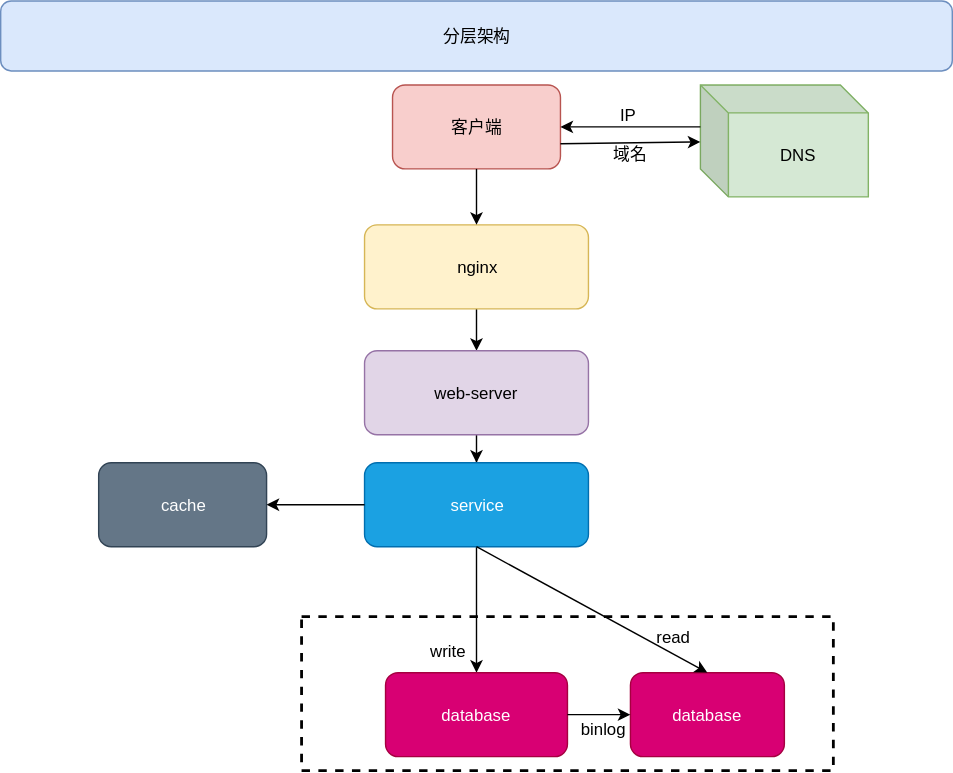
cd-home/Root keeps this draw.io diagram as 19-基础设施/00-网关/00-Nginx/images/分层架构.svg. Above is the earlier version. Source tidied: cells renumbered, new cells last; positions are measured from the earlier drawing's top-left corner, leaving out a move shared by most shapes. The source it was exported from:
```xml
<mxGraphModel>
  <root>
    <mxCell id="0" />
    <mxCell id="1" parent="0" />
    <mxCell id="2" style="rounded=0;whiteSpace=wrap;html=1;dashed=1;strokeWidth=2;" parent="1" vertex="1">
      <mxGeometry x="215" y="440" width="380" height="110" as="geometry" />
    </mxCell>
    <mxCell id="3" value="分层架构" style="rounded=1;whiteSpace=wrap;html=1;fillColor=#dae8fc;strokeColor=#6c8ebf;" parent="1" vertex="1">
      <mxGeometry width="680" height="50" as="geometry" />
    </mxCell>
    <mxCell id="4" style="edgeStyle=orthogonalEdgeStyle;rounded=0;jettySize=auto;html=1;" parent="1" edge="1" source="5" target="7">
      <mxGeometry relative="1" as="geometry" />
    </mxCell>
    <mxCell id="5" value="nginx" style="rounded=1;whiteSpace=wrap;html=1;fillColor=#fff2cc;strokeColor=#d6b656;" parent="1" vertex="1">
      <mxGeometry x="260" y="160" width="160" height="60" as="geometry" />
    </mxCell>
    <mxCell id="6" style="edgeStyle=orthogonalEdgeStyle;rounded=0;jettySize=auto;html=1;" parent="1" edge="1" source="7" target="9">
      <mxGeometry relative="1" as="geometry" />
    </mxCell>
    <mxCell id="7" value="web-server" style="rounded=1;whiteSpace=wrap;html=1;fillColor=#e1d5e7;strokeColor=#9673a6;" parent="1" vertex="1">
      <mxGeometry x="260" y="250" width="160" height="60" as="geometry" />
    </mxCell>
    <mxCell id="8" style="edgeStyle=orthogonalEdgeStyle;rounded=0;jettySize=auto;html=1;" parent="1" edge="1" source="9" target="10">
      <mxGeometry relative="1" as="geometry" />
    </mxCell>
    <mxCell id="9" value="service" style="rounded=1;whiteSpace=wrap;html=1;fillColor=#1ba1e2;strokeColor=#006EAF;fontColor=#ffffff;" parent="1" vertex="1">
      <mxGeometry x="260" y="330" width="160" height="60" as="geometry" />
    </mxCell>
    <mxCell id="10" value="database" style="rounded=1;whiteSpace=wrap;html=1;fillColor=#d80073;strokeColor=#A50040;fontColor=#ffffff;" parent="1" vertex="1">
      <mxGeometry x="275" y="480" width="130" height="60" as="geometry" />
    </mxCell>
    <mxCell id="11" value="客户端" style="rounded=1;whiteSpace=wrap;html=1;fillColor=#f8cecc;strokeColor=#b85450;" parent="1" vertex="1">
      <mxGeometry x="280" y="60" width="120" height="60" as="geometry" />
    </mxCell>
    <mxCell id="12" value="DNS" style="shape=cube;whiteSpace=wrap;html=1;boundedLbl=1;backgroundOutline=1;darkOpacity=0.05;darkOpacity2=0.1;fillColor=#d5e8d4;strokeColor=#82b366;" parent="1" vertex="1">
      <mxGeometry x="500" y="60" width="120" height="80" as="geometry" />
    </mxCell>
    <mxCell id="13" style="endArrow=classic;html=1;exitX=0;exitY=0;exitDx=0;exitDy=30;exitPerimeter=0;entryX=1;entryY=0.5;entryDx=0;entryDy=0;" parent="1" edge="1" source="12" target="11">
      <mxGeometry relative="1" as="geometry" />
    </mxCell>
    <mxCell id="14" style="endArrow=classic;html=1;" parent="1" edge="1" target="12">
      <mxGeometry relative="1" as="geometry">
        <mxPoint x="400" y="102" as="sourcePoint" />
      </mxGeometry>
    </mxCell>
    <mxCell id="15" value="IP" style="text;html=1;align=left;verticalAlign=top;spacingTop=-4;" parent="1" vertex="1">
      <mxGeometry x="441" y="72" width="30" height="20" as="geometry" />
    </mxCell>
    <mxCell id="16" value="域名" style="text;html=1;align=left;verticalAlign=top;spacingTop=-4;" parent="1" vertex="1">
      <mxGeometry x="436" y="100" width="40" height="20" as="geometry" />
    </mxCell>
    <mxCell id="17" style="endArrow=classic;html=1;exitX=0.5;exitY=1;exitDx=0;exitDy=0;entryX=0.5;entryY=0;entryDx=0;entryDy=0;" parent="1" edge="1" source="11" target="5">
      <mxGeometry relative="1" as="geometry" />
    </mxCell>
    <mxCell id="18" value="database" style="rounded=1;whiteSpace=wrap;html=1;fillColor=#d80073;strokeColor=#A50040;fontColor=#ffffff;" parent="1" vertex="1">
      <mxGeometry x="450" y="480" width="110" height="60" as="geometry" />
    </mxCell>
    <mxCell id="19" style="endArrow=classic;html=1;exitX=1;exitY=0.5;exitDx=0;exitDy=0;" parent="1" edge="1" source="10" target="18">
      <mxGeometry relative="1" as="geometry" />
    </mxCell>
    <mxCell id="20" style="endArrow=classic;html=1;exitX=0.5;exitY=1;exitDx=0;exitDy=0;entryX=0.5;entryY=0;entryDx=0;entryDy=0;" parent="1" edge="1" source="9" target="18">
      <mxGeometry relative="1" as="geometry" />
    </mxCell>
    <mxCell id="21" value="write" style="text;html=1;strokeColor=none;fillColor=none;align=center;verticalAlign=middle;whiteSpace=wrap;rounded=0;dashed=1;" parent="1" vertex="1">
      <mxGeometry x="300" y="454" width="40" height="20" as="geometry" />
    </mxCell>
    <mxCell id="22" value="read" style="text;html=1;strokeColor=none;fillColor=none;align=center;verticalAlign=middle;whiteSpace=wrap;rounded=0;dashed=1;" parent="1" vertex="1">
      <mxGeometry x="460" y="444" width="40" height="20" as="geometry" />
    </mxCell>
    <mxCell id="23" value="binlog" style="text;html=1;strokeColor=none;fillColor=none;align=center;verticalAlign=middle;whiteSpace=wrap;rounded=0;dashed=1;" parent="1" vertex="1">
      <mxGeometry x="410" y="510" width="40" height="20" as="geometry" />
    </mxCell>
    <mxCell id="24" value="cache" style="rounded=1;whiteSpace=wrap;html=1;strokeWidth=1;fillColor=#647687;strokeColor=#314354;fontColor=#ffffff;" parent="1" vertex="1">
      <mxGeometry x="70" y="330" width="120" height="60" as="geometry" />
    </mxCell>
    <mxCell id="25" style="endArrow=classic;html=1;exitX=0;exitY=0.5;exitDx=0;exitDy=0;entryX=1;entryY=0.5;entryDx=0;entryDy=0;" parent="1" edge="1" source="9" target="24">
      <mxGeometry relative="1" as="geometry" />
    </mxCell>
  </root>
</mxGraphModel>
```
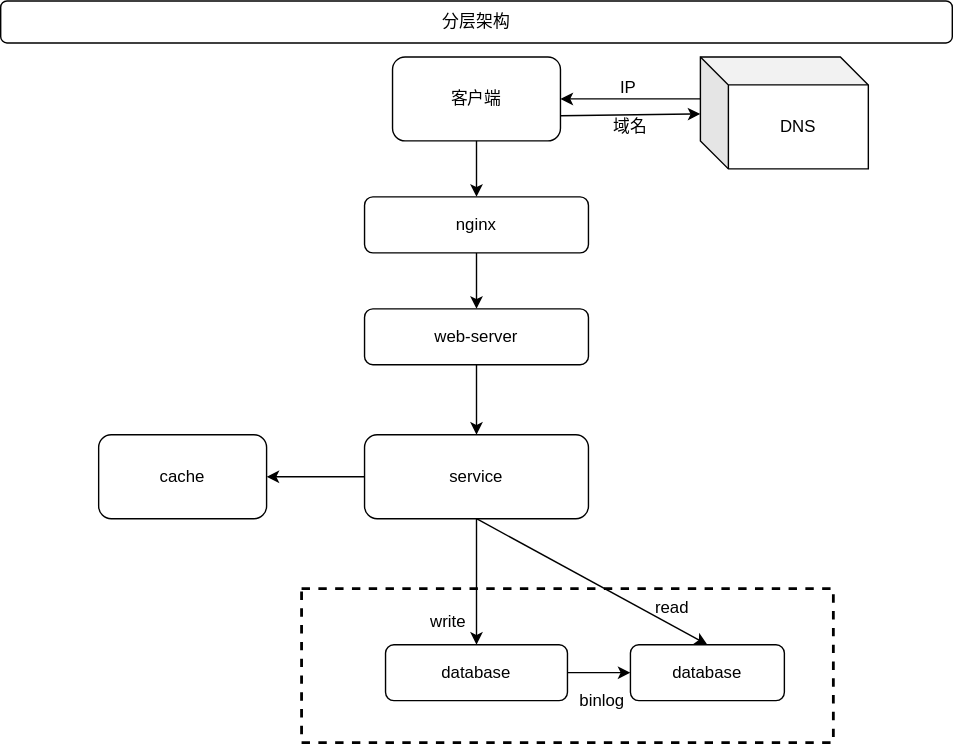
Above is the later version.

Diff of the diagram source:
```diff
@@ -5,34 +5,34 @@
     <mxCell id="2" style="rounded=0;whiteSpace=wrap;html=1;dashed=1;strokeWidth=2;" parent="1" vertex="1">
       <mxGeometry x="215" y="440" width="380" height="110" as="geometry" />
     </mxCell>
-    <mxCell id="3" value="分层架构" style="rounded=1;whiteSpace=wrap;html=1;fillColor=#dae8fc;strokeColor=#6c8ebf;" parent="1" vertex="1">
-      <mxGeometry width="680" height="50" as="geometry" />
+    <mxCell id="3" value="分层架构" style="rounded=1;whiteSpace=wrap;html=1;" parent="1" vertex="1">
+      <mxGeometry y="20" width="680" height="30" as="geometry" />
     </mxCell>
     <mxCell id="4" style="edgeStyle=orthogonalEdgeStyle;rounded=0;jettySize=auto;html=1;" parent="1" edge="1" source="5" target="7">
       <mxGeometry relative="1" as="geometry" />
     </mxCell>
-    <mxCell id="5" value="nginx" style="rounded=1;whiteSpace=wrap;html=1;fillColor=#fff2cc;strokeColor=#d6b656;" parent="1" vertex="1">
-      <mxGeometry x="260" y="160" width="160" height="60" as="geometry" />
+    <mxCell id="5" value="nginx" style="rounded=1;whiteSpace=wrap;html=1;" parent="1" vertex="1">
+      <mxGeometry x="260" y="160" width="160" height="40" as="geometry" />
     </mxCell>
     <mxCell id="6" style="edgeStyle=orthogonalEdgeStyle;rounded=0;jettySize=auto;html=1;" parent="1" edge="1" source="7" target="9">
       <mxGeometry relative="1" as="geometry" />
     </mxCell>
-    <mxCell id="7" value="web-server" style="rounded=1;whiteSpace=wrap;html=1;fillColor=#e1d5e7;strokeColor=#9673a6;" parent="1" vertex="1">
-      <mxGeometry x="260" y="250" width="160" height="60" as="geometry" />
+    <mxCell id="7" value="web-server" style="rounded=1;whiteSpace=wrap;html=1;" parent="1" vertex="1">
+      <mxGeometry x="260" y="240" width="160" height="40" as="geometry" />
     </mxCell>
     <mxCell id="8" style="edgeStyle=orthogonalEdgeStyle;rounded=0;jettySize=auto;html=1;" parent="1" edge="1" source="9" target="10">
       <mxGeometry relative="1" as="geometry" />
     </mxCell>
-    <mxCell id="9" value="service" style="rounded=1;whiteSpace=wrap;html=1;fillColor=#1ba1e2;strokeColor=#006EAF;fontColor=#ffffff;" parent="1" vertex="1">
+    <mxCell id="9" value="service" style="rounded=1;whiteSpace=wrap;html=1;" parent="1" vertex="1">
       <mxGeometry x="260" y="330" width="160" height="60" as="geometry" />
     </mxCell>
-    <mxCell id="10" value="database" style="rounded=1;whiteSpace=wrap;html=1;fillColor=#d80073;strokeColor=#A50040;fontColor=#ffffff;" parent="1" vertex="1">
-      <mxGeometry x="275" y="480" width="130" height="60" as="geometry" />
+    <mxCell id="10" value="database" style="rounded=1;whiteSpace=wrap;html=1;" parent="1" vertex="1">
+      <mxGeometry x="275" y="480" width="130" height="40" as="geometry" />
     </mxCell>
-    <mxCell id="11" value="客户端" style="rounded=1;whiteSpace=wrap;html=1;fillColor=#f8cecc;strokeColor=#b85450;" parent="1" vertex="1">
+    <mxCell id="11" value="客户端" style="rounded=1;whiteSpace=wrap;html=1;" parent="1" vertex="1">
       <mxGeometry x="280" y="60" width="120" height="60" as="geometry" />
     </mxCell>
-    <mxCell id="12" value="DNS" style="shape=cube;whiteSpace=wrap;html=1;boundedLbl=1;backgroundOutline=1;darkOpacity=0.05;darkOpacity2=0.1;fillColor=#d5e8d4;strokeColor=#82b366;" parent="1" vertex="1">
+    <mxCell id="12" value="DNS" style="shape=cube;whiteSpace=wrap;html=1;boundedLbl=1;backgroundOutline=1;darkOpacity=0.05;darkOpacity2=0.1;" parent="1" vertex="1">
       <mxGeometry x="500" y="60" width="120" height="80" as="geometry" />
     </mxCell>
     <mxCell id="13" style="endArrow=classic;html=1;exitX=0;exitY=0;exitDx=0;exitDy=30;exitPerimeter=0;entryX=1;entryY=0.5;entryDx=0;entryDy=0;" parent="1" edge="1" source="12" target="11">
@@ -52,8 +52,8 @@
     <mxCell id="17" style="endArrow=classic;html=1;exitX=0.5;exitY=1;exitDx=0;exitDy=0;entryX=0.5;entryY=0;entryDx=0;entryDy=0;" parent="1" edge="1" source="11" target="5">
       <mxGeometry relative="1" as="geometry" />
     </mxCell>
-    <mxCell id="18" value="database" style="rounded=1;whiteSpace=wrap;html=1;fillColor=#d80073;strokeColor=#A50040;fontColor=#ffffff;" parent="1" vertex="1">
-      <mxGeometry x="450" y="480" width="110" height="60" as="geometry" />
+    <mxCell id="18" value="database" style="rounded=1;whiteSpace=wrap;html=1;" parent="1" vertex="1">
+      <mxGeometry x="450" y="480" width="110" height="40" as="geometry" />
     </mxCell>
     <mxCell id="19" style="endArrow=classic;html=1;exitX=1;exitY=0.5;exitDx=0;exitDy=0;" parent="1" edge="1" source="10" target="18">
       <mxGeometry relative="1" as="geometry" />
@@ -70,7 +70,7 @@
     <mxCell id="23" value="binlog" style="text;html=1;strokeColor=none;fillColor=none;align=center;verticalAlign=middle;whiteSpace=wrap;rounded=0;dashed=1;" parent="1" vertex="1">
       <mxGeometry x="410" y="510" width="40" height="20" as="geometry" />
     </mxCell>
-    <mxCell id="24" value="cache" style="rounded=1;whiteSpace=wrap;html=1;strokeWidth=1;fillColor=#647687;strokeColor=#314354;fontColor=#ffffff;" parent="1" vertex="1">
+    <mxCell id="24" value="cache" style="rounded=1;whiteSpace=wrap;html=1;strokeWidth=1;" parent="1" vertex="1">
       <mxGeometry x="70" y="330" width="120" height="60" as="geometry" />
     </mxCell>
     <mxCell id="25" style="endArrow=classic;html=1;exitX=0;exitY=0.5;exitDx=0;exitDy=0;entryX=1;entryY=0.5;entryDx=0;entryDy=0;" parent="1" edge="1" source="9" target="24">
```
